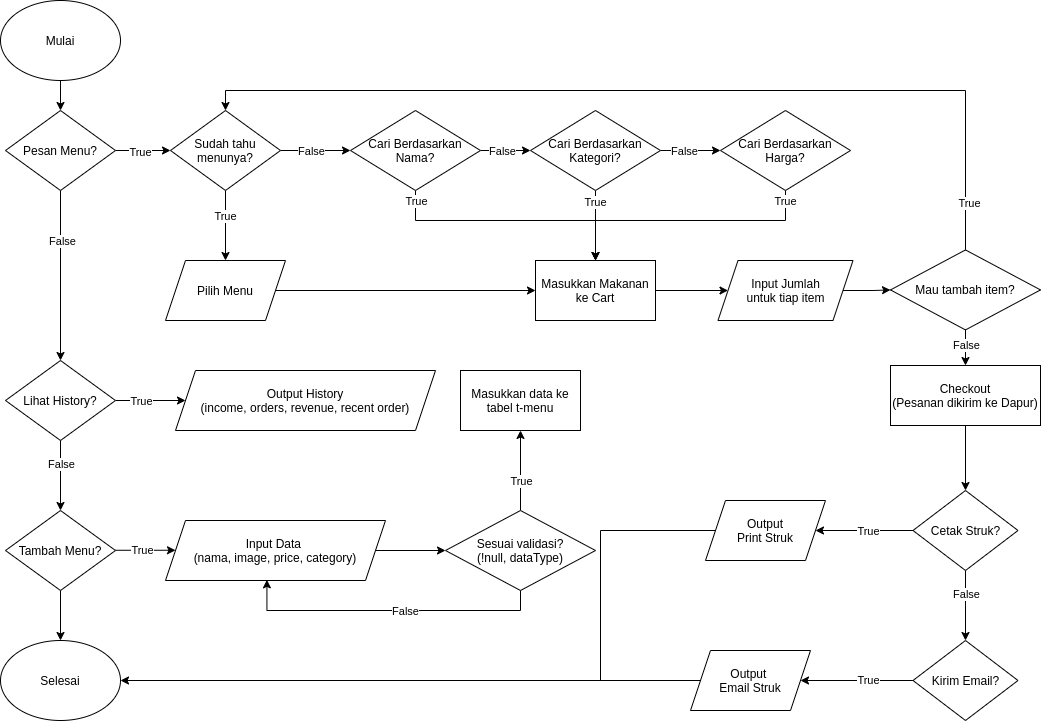
Earlier version of the draw.io export POS-Backend-Diagram.png (alifma/pos-backend). Source tidied: cells renumbered, new cells last; positions are measured from the earlier drawing's top-left corner, leaving out a move shared by most shapes.
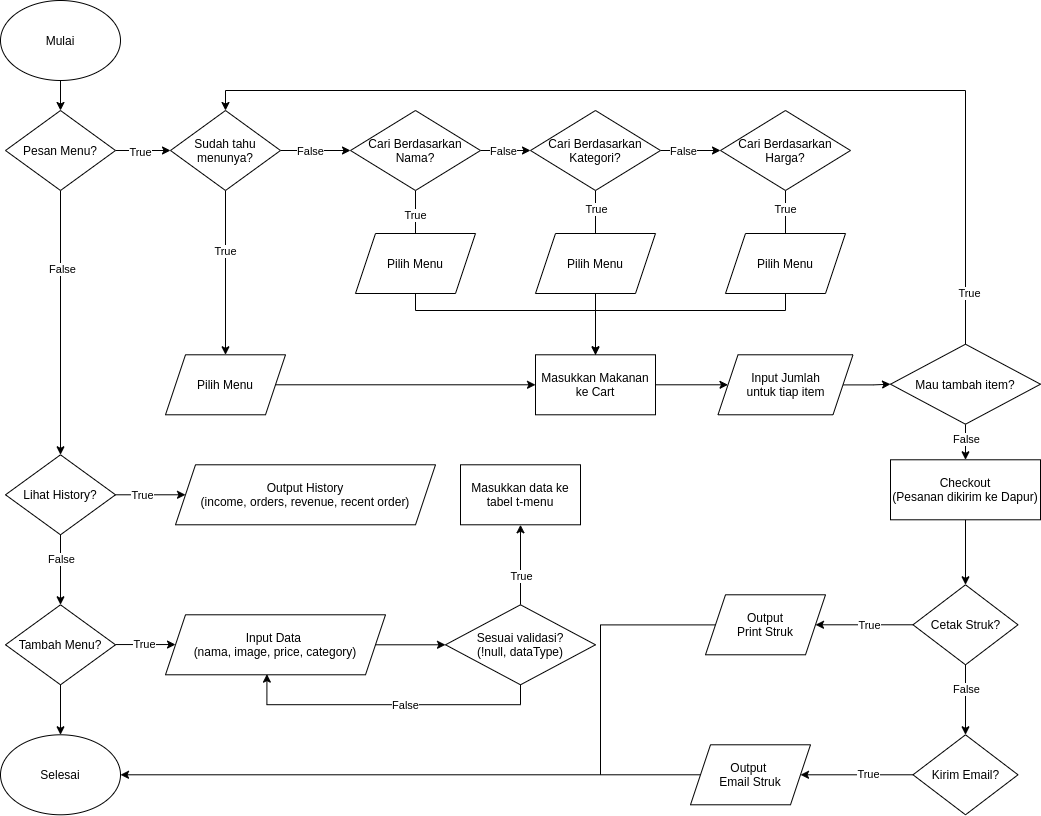
Later version of the same file.

Change to the diagram source:
```diff
@@ -6,7 +6,7 @@
       <mxGeometry relative="1" as="geometry" />
     </mxCell>
     <mxCell id="3" value="Mulai" style="ellipse;whiteSpace=wrap;html=1;" parent="1" vertex="1">
-      <mxGeometry width="120" height="80" as="geometry" />
+      <mxGeometry y="-94.3" width="120" height="80" as="geometry" />
     </mxCell>
     <mxCell id="4" value="Selesai" style="ellipse;whiteSpace=wrap;html=1;" parent="1" vertex="1">
       <mxGeometry y="640" width="120" height="80" as="geometry" />
@@ -24,7 +24,7 @@
       <mxGeometry x="-0.13" y="-1" relative="1" as="geometry" />
     </mxCell>
     <mxCell id="9" value="Pesan Menu?" style="rhombus;whiteSpace=wrap;html=1;" parent="1" vertex="1">
-      <mxGeometry x="5" y="110" width="110" height="80" as="geometry" />
+      <mxGeometry x="5" y="15.7" width="110" height="80" as="geometry" />
     </mxCell>
     <mxCell id="10" style="edgeStyle=orthogonalEdgeStyle;rounded=0;jettySize=auto;html=1;" parent="1" edge="1" source="14" target="18">
       <mxGeometry relative="1" as="geometry" />
@@ -107,7 +107,7 @@
       </mxGeometry>
     </mxCell>
     <mxCell id="32" value="Sudah tahu menunya?" style="rhombus;whiteSpace=wrap;html=1;" parent="1" vertex="1">
-      <mxGeometry x="170" y="110" width="110" height="80" as="geometry" />
+      <mxGeometry x="170" y="15.7" width="110" height="80" as="geometry" />
     </mxCell>
     <mxCell id="33" style="edgeStyle=orthogonalEdgeStyle;rounded=0;jettySize=auto;html=1;" parent="1" edge="1" source="34" target="46">
       <mxGeometry relative="1" as="geometry" />
@@ -123,16 +123,14 @@
         <mxPoint x="-8.3" as="offset" />
       </mxGeometry>
     </mxCell>
-    <mxCell id="37" style="edgeStyle=orthogonalEdgeStyle;rounded=0;jettySize=auto;html=1;" parent="1" edge="1" source="38" target="46">
-      <mxGeometry relative="1" as="geometry">
-        <Array as="points">
-          <mxPoint x="415" y="220" />
-          <mxPoint x="595" y="220" />
-        </Array>
-      </mxGeometry>
-    </mxCell>
+    <mxCell id="71" style="edgeStyle=orthogonalEdgeStyle;rounded=0;jettySize=auto;html=1;endArrow=none;endFill=0;" parent="1" edge="1" source="38" target="78">
+      <mxGeometry relative="1" as="geometry" />
+    </mxCell>
+    <mxCell id="72" value="True" style="edgeLabel;html=1;align=center;verticalAlign=middle;" parent="71" vertex="1">
+      <mxGeometry x="0.16" y="-1" relative="1" as="geometry" />
+    </mxCell>
     <mxCell id="38" value="Cari Berdasarkan Nama?" style="rhombus;whiteSpace=wrap;html=1;" parent="1" vertex="1">
-      <mxGeometry x="350" y="110" width="130" height="80" as="geometry" />
+      <mxGeometry x="350" y="15.7" width="130" height="80" as="geometry" />
     </mxCell>
     <mxCell id="39" style="edgeStyle=orthogonalEdgeStyle;rounded=0;jettySize=auto;html=1;" parent="1" edge="1" source="42" target="44">
       <mxGeometry relative="1" as="geometry" />
@@ -140,22 +138,23 @@
     <mxCell id="40" value="False" style="edgeLabel;html=1;align=center;verticalAlign=middle;" parent="39" vertex="1">
       <mxGeometry x="-0.24" relative="1" as="geometry" />
     </mxCell>
-    <mxCell id="41" style="edgeStyle=orthogonalEdgeStyle;rounded=0;jettySize=auto;html=1;" parent="1" edge="1" source="42" target="46">
-      <mxGeometry relative="1" as="geometry" />
-    </mxCell>
+    <mxCell id="73" style="edgeStyle=orthogonalEdgeStyle;rounded=0;jettySize=auto;html=1;endArrow=none;endFill=0;" parent="1" edge="1" source="42" target="80">
+      <mxGeometry relative="1" as="geometry" />
+    </mxCell>
+    <mxCell id="74" value="True" style="edgeLabel;html=1;align=center;verticalAlign=middle;" parent="73" vertex="1">
+      <mxGeometry x="-0.19" relative="1" as="geometry" />
+    </mxCell>
     <mxCell id="42" value="Cari Berdasarkan Kategori?" style="rhombus;whiteSpace=wrap;html=1;" parent="1" vertex="1">
-      <mxGeometry x="530" y="110" width="130" height="80" as="geometry" />
+      <mxGeometry x="530" y="15.7" width="130" height="80" as="geometry" />
     </mxCell>
-    <mxCell id="43" style="edgeStyle=orthogonalEdgeStyle;rounded=0;jettySize=auto;html=1;entryX=0.5;entryY=0;entryDx=0;entryDy=0;" parent="1" edge="1" source="44" target="46">
-      <mxGeometry relative="1" as="geometry">
-        <Array as="points">
-          <mxPoint x="785" y="220" />
-          <mxPoint x="595" y="220" />
-        </Array>
-      </mxGeometry>
-    </mxCell>
+    <mxCell id="75" style="edgeStyle=orthogonalEdgeStyle;rounded=0;jettySize=auto;html=1;endArrow=none;endFill=0;" parent="1" edge="1" source="44" target="82">
+      <mxGeometry relative="1" as="geometry" />
+    </mxCell>
+    <mxCell id="76" value="True" style="edgeLabel;html=1;align=center;verticalAlign=middle;" parent="75" vertex="1">
+      <mxGeometry x="-0.2" y="-1" relative="1" as="geometry" />
+    </mxCell>
     <mxCell id="44" value="Cari Berdasarkan Harga?" style="rhombus;whiteSpace=wrap;html=1;" parent="1" vertex="1">
-      <mxGeometry x="720" y="110" width="130" height="80" as="geometry" />
+      <mxGeometry x="720" y="15.7" width="130" height="80" as="geometry" />
     </mxCell>
     <mxCell id="45" style="edgeStyle=orthogonalEdgeStyle;rounded=0;jettySize=auto;html=1;" parent="1" edge="1" source="46" target="48">
       <mxGeometry relative="1" as="geometry" />
@@ -169,22 +168,11 @@
     <mxCell id="48" value="Input Jumlah&lt;br&gt;untuk tiap item" style="shape=parallelogram;perimeter=parallelogramPerimeter;whiteSpace=wrap;html=1;fixedSize=1;rounded=0;" parent="1" vertex="1">
       <mxGeometry x="717.5" y="260" width="135" height="60" as="geometry" />
     </mxCell>
-    <mxCell id="49" value="True" style="edgeLabel;html=1;align=center;verticalAlign=middle;" parent="1" vertex="1">
-      <mxGeometry x="415" y="200" as="geometry" />
-    </mxCell>
-    <mxCell id="50" value="True" style="edgeLabel;html=1;align=center;verticalAlign=middle;" parent="1" vertex="1">
-      <mxGeometry x="600" y="200" as="geometry">
-        <mxPoint x="-6" y="1" as="offset" />
-      </mxGeometry>
-    </mxCell>
-    <mxCell id="51" value="True" style="edgeLabel;html=1;align=center;verticalAlign=middle;" parent="1" vertex="1">
-      <mxGeometry x="784" y="200" as="geometry" />
-    </mxCell>
     <mxCell id="52" style="edgeStyle=orthogonalEdgeStyle;rounded=0;jettySize=auto;html=1;entryX=0.5;entryY=0;entryDx=0;entryDy=0;exitX=0.5;exitY=0;exitDx=0;exitDy=0;" parent="1" edge="1" source="56" target="32">
       <mxGeometry relative="1" as="geometry">
         <Array as="points">
-          <mxPoint x="965" y="90" />
-          <mxPoint x="225" y="90" />
+          <mxPoint x="965" y="-4.3" />
+          <mxPoint x="225" y="-4.3" />
         </Array>
       </mxGeometry>
     </mxCell>
@@ -248,5 +236,33 @@
     <mxCell id="70" value="Output&amp;nbsp;&lt;br&gt;Email Struk" style="shape=parallelogram;perimeter=parallelogramPerimeter;whiteSpace=wrap;html=1;fixedSize=1;" parent="1" vertex="1">
       <mxGeometry x="690" y="650" width="120" height="60" as="geometry" />
     </mxCell>
+    <mxCell id="77" style="edgeStyle=orthogonalEdgeStyle;rounded=0;jettySize=auto;html=1;endArrow=classic;endFill=1;" parent="1" edge="1" source="78" target="46">
+      <mxGeometry relative="1" as="geometry">
+        <Array as="points">
+          <mxPoint x="415" y="215.7" />
+          <mxPoint x="595" y="215.7" />
+        </Array>
+      </mxGeometry>
+    </mxCell>
+    <mxCell id="78" value="Pilih Menu" style="shape=parallelogram;perimeter=parallelogramPerimeter;whiteSpace=wrap;html=1;fixedSize=1;" parent="1" vertex="1">
+      <mxGeometry x="355" y="138.7" width="120" height="60" as="geometry" />
+    </mxCell>
+    <mxCell id="79" style="edgeStyle=orthogonalEdgeStyle;rounded=0;jettySize=auto;html=1;endArrow=classic;endFill=1;" parent="1" edge="1" source="80" target="46">
+      <mxGeometry relative="1" as="geometry" />
+    </mxCell>
+    <mxCell id="80" value="Pilih Menu" style="shape=parallelogram;perimeter=parallelogramPerimeter;whiteSpace=wrap;html=1;fixedSize=1;" parent="1" vertex="1">
+      <mxGeometry x="535" y="138.7" width="120" height="60" as="geometry" />
+    </mxCell>
+    <mxCell id="81" style="edgeStyle=orthogonalEdgeStyle;rounded=0;jettySize=auto;html=1;entryX=0.5;entryY=0;entryDx=0;entryDy=0;endArrow=none;endFill=0;" parent="1" edge="1" source="82" target="46">
+      <mxGeometry relative="1" as="geometry">
+        <Array as="points">
+          <mxPoint x="785" y="215.7" />
+          <mxPoint x="595" y="215.7" />
+        </Array>
+      </mxGeometry>
+    </mxCell>
+    <mxCell id="82" value="Pilih Menu" style="shape=parallelogram;perimeter=parallelogramPerimeter;whiteSpace=wrap;html=1;fixedSize=1;" parent="1" vertex="1">
+      <mxGeometry x="725" y="138.7" width="120" height="60" as="geometry" />
+    </mxCell>
   </root>
 </mxGraphModel>
```
